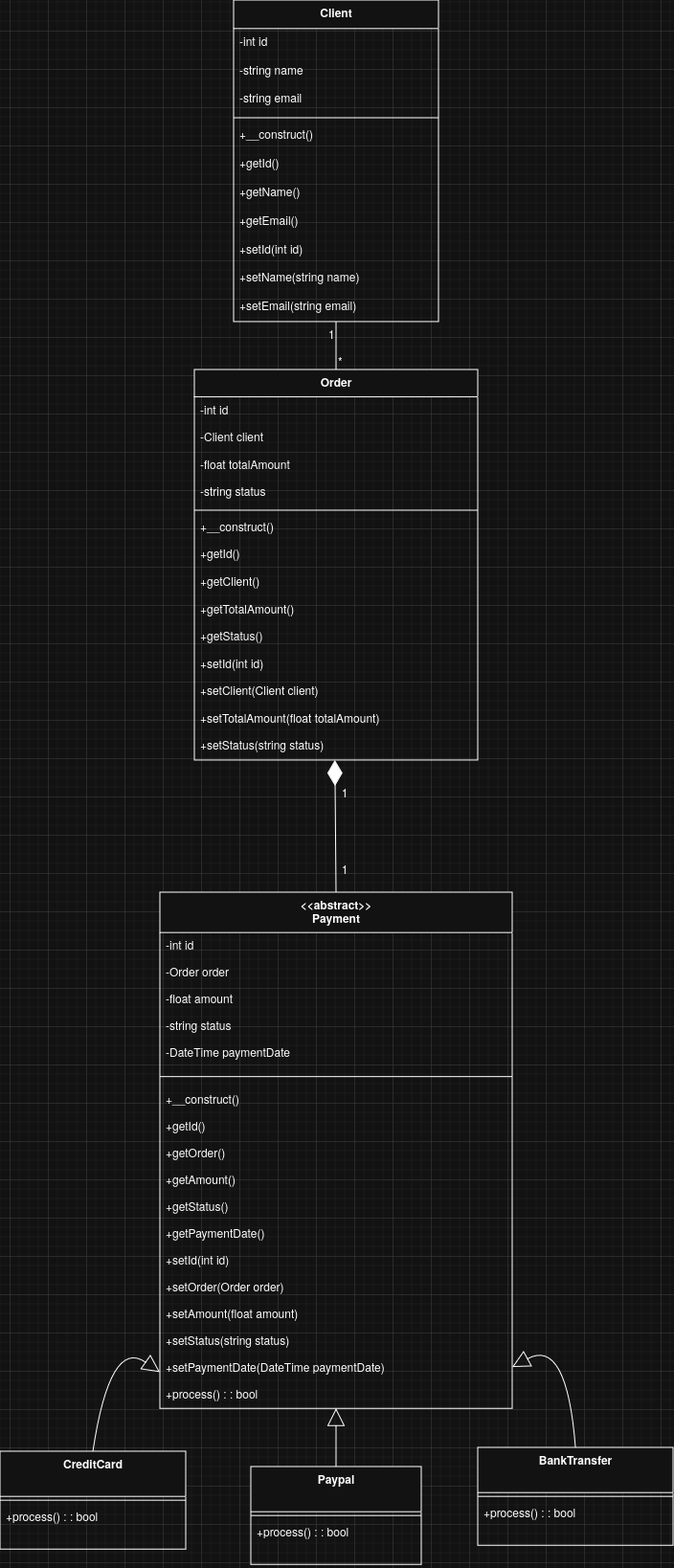
This is docs/class-diagram.png from Abd0id/php-oop-payment-system, a draw.io export, as it was before one commit. Source tidied: cells renumbered, new cells last; positions are measured from the earlier drawing's top-left corner, leaving out a move shared by most shapes.
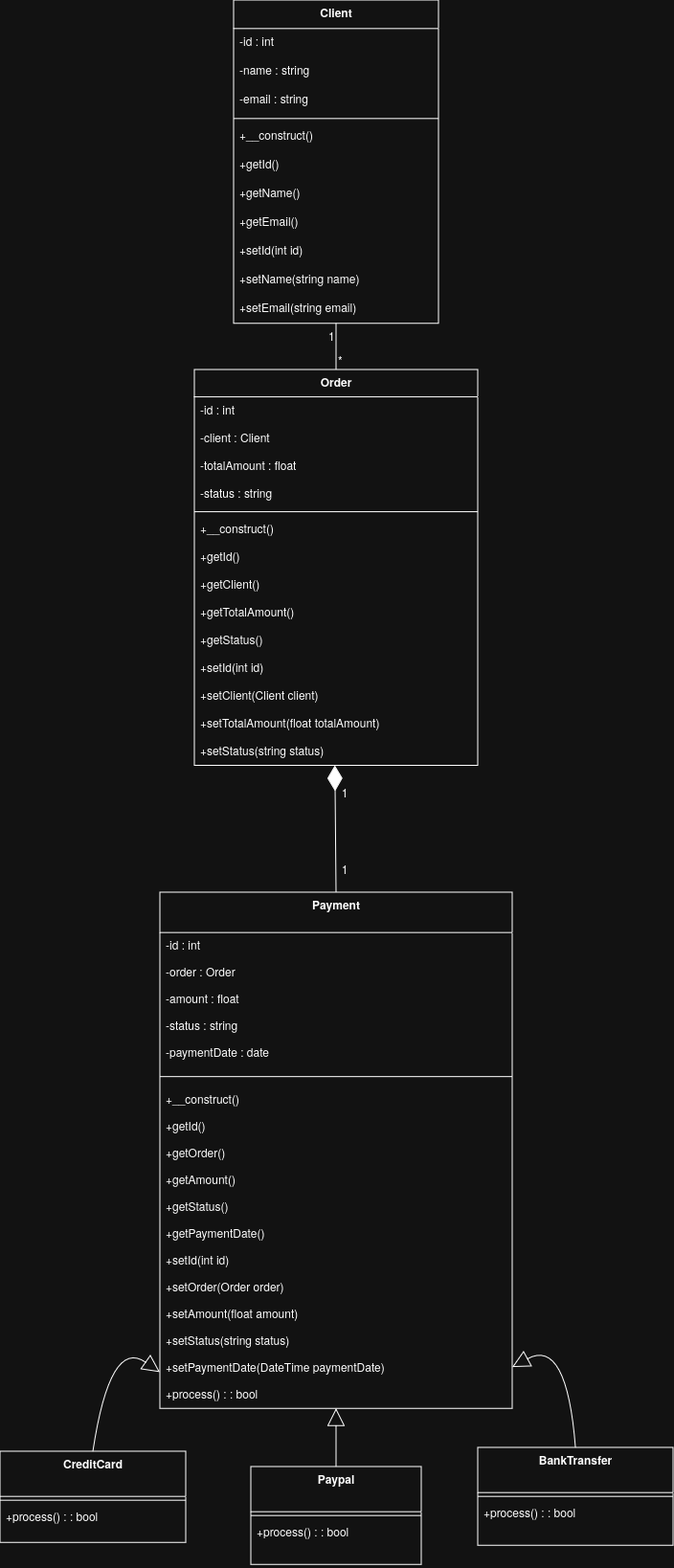
Above is the later version.

Commit message:
fixing class diagram

What changed in the source:
```diff
@@ -3,102 +3,102 @@
     <mxCell id="0" />
     <mxCell id="1" parent="0" />
     <mxCell id="2" value="Client" style="swimlane;fontStyle=1;align=center;verticalAlign=top;horizontal=1;startSize=29.818181818181817;" parent="1" vertex="1">
-      <mxGeometry x="244" width="214" height="336" as="geometry" />
+      <mxGeometry x="244" width="214" height="337.8" as="geometry" />
     </mxCell>
-    <mxCell id="3" value="-int id" style="text;strokeColor=none;fillColor=none;align=left;verticalAlign=top;spacingLeft=4;spacingRight=4;overflow=hidden;" parent="2" vertex="1">
-      <mxGeometry y="30" width="214" height="30" as="geometry" />
+    <mxCell id="3" value="-id : int" style="text;strokeColor=none;fillColor=none;align=left;verticalAlign=top;spacingLeft=4;spacingRight=4;overflow=hidden;" parent="2" vertex="1">
+      <mxGeometry y="29.8" width="214" height="30" as="geometry" />
     </mxCell>
-    <mxCell id="4" value="-string name" style="text;strokeColor=none;fillColor=none;align=left;verticalAlign=top;spacingLeft=4;spacingRight=4;overflow=hidden;" parent="2" vertex="1">
-      <mxGeometry y="60" width="214" height="30" as="geometry" />
+    <mxCell id="4" value="-name : string" style="text;strokeColor=none;fillColor=none;align=left;verticalAlign=top;spacingLeft=4;spacingRight=4;overflow=hidden;" parent="2" vertex="1">
+      <mxGeometry y="59.8" width="214" height="30" as="geometry" />
     </mxCell>
-    <mxCell id="5" value="-string email" style="text;strokeColor=none;fillColor=none;align=left;verticalAlign=top;spacingLeft=4;spacingRight=4;overflow=hidden;" parent="2" vertex="1">
-      <mxGeometry y="89" width="214" height="30" as="geometry" />
+    <mxCell id="5" value="-email : string" style="text;strokeColor=none;fillColor=none;align=left;verticalAlign=top;spacingLeft=4;spacingRight=4;overflow=hidden;" parent="2" vertex="1">
+      <mxGeometry y="89.8" width="214" height="30" as="geometry" />
     </mxCell>
     <mxCell id="6" style="line;strokeWidth=1;fillColor=none;align=left;verticalAlign=middle;spacingTop=-1;spacingLeft=3;spacingRight=3;labelPosition=right;strokeColor=inherit;" parent="2" vertex="1">
-      <mxGeometry y="119" width="214" height="8" as="geometry" />
+      <mxGeometry y="119.8" width="214" height="8" as="geometry" />
     </mxCell>
     <mxCell id="7" value="+__construct()" style="text;strokeColor=none;fillColor=none;align=left;verticalAlign=top;spacingLeft=4;spacingRight=4;overflow=hidden;" parent="2" vertex="1">
-      <mxGeometry y="127" width="214" height="30" as="geometry" />
+      <mxGeometry y="127.8" width="214" height="30" as="geometry" />
     </mxCell>
     <mxCell id="8" value="+getId()" style="text;strokeColor=none;fillColor=none;align=left;verticalAlign=top;spacingLeft=4;spacingRight=4;overflow=hidden;" parent="2" vertex="1">
-      <mxGeometry y="157" width="214" height="30" as="geometry" />
+      <mxGeometry y="157.8" width="214" height="30" as="geometry" />
     </mxCell>
     <mxCell id="9" value="+getName()" style="text;strokeColor=none;fillColor=none;align=left;verticalAlign=top;spacingLeft=4;spacingRight=4;overflow=hidden;" parent="2" vertex="1">
-      <mxGeometry y="187" width="214" height="30" as="geometry" />
+      <mxGeometry y="187.8" width="214" height="30" as="geometry" />
     </mxCell>
     <mxCell id="10" value="+getEmail()" style="text;strokeColor=none;fillColor=none;align=left;verticalAlign=top;spacingLeft=4;spacingRight=4;overflow=hidden;" parent="2" vertex="1">
-      <mxGeometry y="217" width="214" height="30" as="geometry" />
+      <mxGeometry y="217.8" width="214" height="30" as="geometry" />
     </mxCell>
     <mxCell id="11" value="+setId(int id)" style="text;strokeColor=none;fillColor=none;align=left;verticalAlign=top;spacingLeft=4;spacingRight=4;overflow=hidden;" parent="2" vertex="1">
-      <mxGeometry y="247" width="214" height="30" as="geometry" />
+      <mxGeometry y="247.8" width="214" height="30" as="geometry" />
     </mxCell>
     <mxCell id="12" value="+setName(string name)" style="text;strokeColor=none;fillColor=none;align=left;verticalAlign=top;spacingLeft=4;spacingRight=4;overflow=hidden;" parent="2" vertex="1">
-      <mxGeometry y="276" width="214" height="30" as="geometry" />
+      <mxGeometry y="277.8" width="214" height="30" as="geometry" />
     </mxCell>
     <mxCell id="13" value="+setEmail(string email)" style="text;strokeColor=none;fillColor=none;align=left;verticalAlign=top;spacingLeft=4;spacingRight=4;overflow=hidden;" parent="2" vertex="1">
-      <mxGeometry y="306" width="214" height="30" as="geometry" />
+      <mxGeometry y="307.8" width="214" height="30" as="geometry" />
     </mxCell>
     <mxCell id="14" value="Order" style="swimlane;fontStyle=1;align=center;verticalAlign=top;horizontal=1;startSize=28.571428571428573;" parent="1" vertex="1">
-      <mxGeometry x="203" y="386" width="296" height="408" as="geometry" />
+      <mxGeometry x="203" y="386" width="296" height="413.6" as="geometry" />
     </mxCell>
-    <mxCell id="15" value="-int id" style="text;strokeColor=none;fillColor=none;align=left;verticalAlign=top;spacingLeft=4;spacingRight=4;overflow=hidden;" parent="14" vertex="1">
-      <mxGeometry y="29" width="296" height="29" as="geometry" />
+    <mxCell id="15" value="-id : int" style="text;strokeColor=none;fillColor=none;align=left;verticalAlign=top;spacingLeft=4;spacingRight=4;overflow=hidden;" parent="14" vertex="1">
+      <mxGeometry y="28.6" width="296" height="29" as="geometry" />
     </mxCell>
-    <mxCell id="16" value="-Client client" style="text;strokeColor=none;fillColor=none;align=left;verticalAlign=top;spacingLeft=4;spacingRight=4;overflow=hidden;" parent="14" vertex="1">
-      <mxGeometry y="57" width="296" height="29" as="geometry" />
+    <mxCell id="16" value="-client : Client" style="text;strokeColor=none;fillColor=none;align=left;verticalAlign=top;spacingLeft=4;spacingRight=4;overflow=hidden;" parent="14" vertex="1">
+      <mxGeometry y="57.6" width="296" height="29" as="geometry" />
     </mxCell>
-    <mxCell id="17" value="-float totalAmount" style="text;strokeColor=none;fillColor=none;align=left;verticalAlign=top;spacingLeft=4;spacingRight=4;overflow=hidden;" parent="14" vertex="1">
-      <mxGeometry y="86" width="296" height="29" as="geometry" />
+    <mxCell id="17" value="-totalAmount : float" style="text;strokeColor=none;fillColor=none;align=left;verticalAlign=top;spacingLeft=4;spacingRight=4;overflow=hidden;" parent="14" vertex="1">
+      <mxGeometry y="86.6" width="296" height="29" as="geometry" />
     </mxCell>
-    <mxCell id="18" value="-string status" style="text;strokeColor=none;fillColor=none;align=left;verticalAlign=top;spacingLeft=4;spacingRight=4;overflow=hidden;" parent="14" vertex="1">
-      <mxGeometry y="114" width="296" height="29" as="geometry" />
+    <mxCell id="18" value="-status : string" style="text;strokeColor=none;fillColor=none;align=left;verticalAlign=top;spacingLeft=4;spacingRight=4;overflow=hidden;" parent="14" vertex="1">
+      <mxGeometry y="115.6" width="296" height="29" as="geometry" />
     </mxCell>
     <mxCell id="19" style="line;strokeWidth=1;fillColor=none;align=left;verticalAlign=middle;spacingTop=-1;spacingLeft=3;spacingRight=3;labelPosition=right;strokeColor=inherit;" parent="14" vertex="1">
-      <mxGeometry y="143" width="296" height="8" as="geometry" />
+      <mxGeometry y="144.6" width="296" height="8" as="geometry" />
     </mxCell>
     <mxCell id="20" value="+__construct()" style="text;strokeColor=none;fillColor=none;align=left;verticalAlign=top;spacingLeft=4;spacingRight=4;overflow=hidden;" parent="14" vertex="1">
-      <mxGeometry y="151" width="296" height="29" as="geometry" />
+      <mxGeometry y="152.6" width="296" height="29" as="geometry" />
     </mxCell>
     <mxCell id="21" value="+getId()" style="text;strokeColor=none;fillColor=none;align=left;verticalAlign=top;spacingLeft=4;spacingRight=4;overflow=hidden;" parent="14" vertex="1">
-      <mxGeometry y="179" width="296" height="29" as="geometry" />
+      <mxGeometry y="181.6" width="296" height="29" as="geometry" />
     </mxCell>
     <mxCell id="22" value="+getClient()" style="text;strokeColor=none;fillColor=none;align=left;verticalAlign=top;spacingLeft=4;spacingRight=4;overflow=hidden;" parent="14" vertex="1">
-      <mxGeometry y="208" width="296" height="29" as="geometry" />
+      <mxGeometry y="210.6" width="296" height="29" as="geometry" />
     </mxCell>
     <mxCell id="23" value="+getTotalAmount()" style="text;strokeColor=none;fillColor=none;align=left;verticalAlign=top;spacingLeft=4;spacingRight=4;overflow=hidden;" parent="14" vertex="1">
-      <mxGeometry y="237" width="296" height="29" as="geometry" />
+      <mxGeometry y="239.6" width="296" height="29" as="geometry" />
     </mxCell>
     <mxCell id="24" value="+getStatus()" style="text;strokeColor=none;fillColor=none;align=left;verticalAlign=top;spacingLeft=4;spacingRight=4;overflow=hidden;" parent="14" vertex="1">
-      <mxGeometry y="265" width="296" height="29" as="geometry" />
+      <mxGeometry y="268.6" width="296" height="29" as="geometry" />
     </mxCell>
     <mxCell id="25" value="+setId(int id)" style="text;strokeColor=none;fillColor=none;align=left;verticalAlign=top;spacingLeft=4;spacingRight=4;overflow=hidden;" parent="14" vertex="1">
-      <mxGeometry y="294" width="296" height="29" as="geometry" />
+      <mxGeometry y="297.6" width="296" height="29" as="geometry" />
     </mxCell>
     <mxCell id="26" value="+setClient(Client client)" style="text;strokeColor=none;fillColor=none;align=left;verticalAlign=top;spacingLeft=4;spacingRight=4;overflow=hidden;" parent="14" vertex="1">
-      <mxGeometry y="322" width="296" height="29" as="geometry" />
+      <mxGeometry y="326.6" width="296" height="29" as="geometry" />
     </mxCell>
     <mxCell id="27" value="+setTotalAmount(float totalAmount)" style="text;strokeColor=none;fillColor=none;align=left;verticalAlign=top;spacingLeft=4;spacingRight=4;overflow=hidden;" parent="14" vertex="1">
-      <mxGeometry y="351" width="296" height="29" as="geometry" />
+      <mxGeometry y="355.6" width="296" height="29" as="geometry" />
     </mxCell>
     <mxCell id="28" value="+setStatus(string status)" style="text;strokeColor=none;fillColor=none;align=left;verticalAlign=top;spacingLeft=4;spacingRight=4;overflow=hidden;points=[[0,0.5],[1,0.5]];portConstraint=eastwest;" parent="14" vertex="1">
-      <mxGeometry y="379" width="296" height="29" as="geometry" />
+      <mxGeometry y="384.6" width="296" height="29" as="geometry" />
     </mxCell>
-    <mxCell id="29" value="&lt;&lt;abstract&gt;&gt;&#10;Payment" style="swimlane;fontStyle=1;align=center;verticalAlign=top;horizontal=1;startSize=42.16216216216216;" parent="1" vertex="1">
+    <mxCell id="29" value="Payment" style="swimlane;fontStyle=1;align=center;verticalAlign=top;horizontal=1;startSize=42.16216216216216;" parent="1" vertex="1">
       <mxGeometry x="167" y="932" width="368" height="539.2" as="geometry" />
     </mxCell>
-    <mxCell id="30" value="-int id" style="text;strokeColor=none;fillColor=none;align=left;verticalAlign=top;spacingLeft=4;spacingRight=4;overflow=hidden;" parent="29" vertex="1">
+    <mxCell id="30" value="-id : int" style="text;strokeColor=none;fillColor=none;align=left;verticalAlign=top;spacingLeft=4;spacingRight=4;overflow=hidden;" parent="29" vertex="1">
       <mxGeometry y="42.2" width="368" height="28" as="geometry" />
     </mxCell>
-    <mxCell id="31" value="-Order order" style="text;strokeColor=none;fillColor=none;align=left;verticalAlign=top;spacingLeft=4;spacingRight=4;overflow=hidden;" parent="29" vertex="1">
+    <mxCell id="31" value="-order : Order" style="text;strokeColor=none;fillColor=none;align=left;verticalAlign=top;spacingLeft=4;spacingRight=4;overflow=hidden;" parent="29" vertex="1">
       <mxGeometry y="70.2" width="368" height="28" as="geometry" />
     </mxCell>
-    <mxCell id="32" value="-float amount" style="text;strokeColor=none;fillColor=none;align=left;verticalAlign=top;spacingLeft=4;spacingRight=4;overflow=hidden;" parent="29" vertex="1">
+    <mxCell id="32" value="-amount : float" style="text;strokeColor=none;fillColor=none;align=left;verticalAlign=top;spacingLeft=4;spacingRight=4;overflow=hidden;" parent="29" vertex="1">
       <mxGeometry y="98.2" width="368" height="28" as="geometry" />
     </mxCell>
-    <mxCell id="33" value="-string status" style="text;strokeColor=none;fillColor=none;align=left;verticalAlign=top;spacingLeft=4;spacingRight=4;overflow=hidden;" parent="29" vertex="1">
+    <mxCell id="33" value="-status : string" style="text;strokeColor=none;fillColor=none;align=left;verticalAlign=top;spacingLeft=4;spacingRight=4;overflow=hidden;" parent="29" vertex="1">
       <mxGeometry y="126.2" width="368" height="28" as="geometry" />
     </mxCell>
-    <mxCell id="34" value="-DateTime paymentDate" style="text;strokeColor=none;fillColor=none;align=left;verticalAlign=top;spacingLeft=4;spacingRight=4;overflow=hidden;" parent="29" vertex="1">
+    <mxCell id="34" value="-paymentDate : date" style="text;strokeColor=none;fillColor=none;align=left;verticalAlign=top;spacingLeft=4;spacingRight=4;overflow=hidden;" parent="29" vertex="1">
       <mxGeometry y="154.2" width="368" height="28" as="geometry" />
     </mxCell>
     <mxCell id="35" style="line;strokeWidth=1;fillColor=none;align=left;verticalAlign=middle;spacingTop=-1;spacingLeft=3;spacingRight=3;labelPosition=right;strokeColor=inherit;" parent="29" vertex="1">
@@ -141,13 +141,13 @@
       <mxGeometry y="511.2" width="368" height="28" as="geometry" />
     </mxCell>
     <mxCell id="48" value="CreditCard" style="swimlane;fontStyle=1;align=center;verticalAlign=top;horizontal=1;startSize=47.2;" parent="1" vertex="1">
-      <mxGeometry y="1516" width="194" height="102.2" as="geometry" />
+      <mxGeometry y="1516" width="194" height="95.2" as="geometry" />
     </mxCell>
     <mxCell id="49" style="line;strokeWidth=1;fillColor=none;align=left;verticalAlign=middle;spacingTop=-1;spacingLeft=3;spacingRight=3;labelPosition=right;strokeColor=inherit;" parent="48" vertex="1">
       <mxGeometry y="47.2" width="194" height="8" as="geometry" />
     </mxCell>
     <mxCell id="50" value="+process() : : bool" style="text;strokeColor=none;fillColor=none;align=left;verticalAlign=top;spacingLeft=4;spacingRight=4;overflow=hidden;" parent="48" vertex="1">
-      <mxGeometry y="55.2" width="194" height="47" as="geometry" />
+      <mxGeometry y="55.2" width="194" height="40" as="geometry" />
     </mxCell>
     <mxCell id="51" value="Paypal" style="swimlane;fontStyle=1;align=center;verticalAlign=top;horizontal=1;startSize=47.2;" parent="1" vertex="1">
       <mxGeometry x="262" y="1532" width="178" height="102.2" as="geometry" />
```
